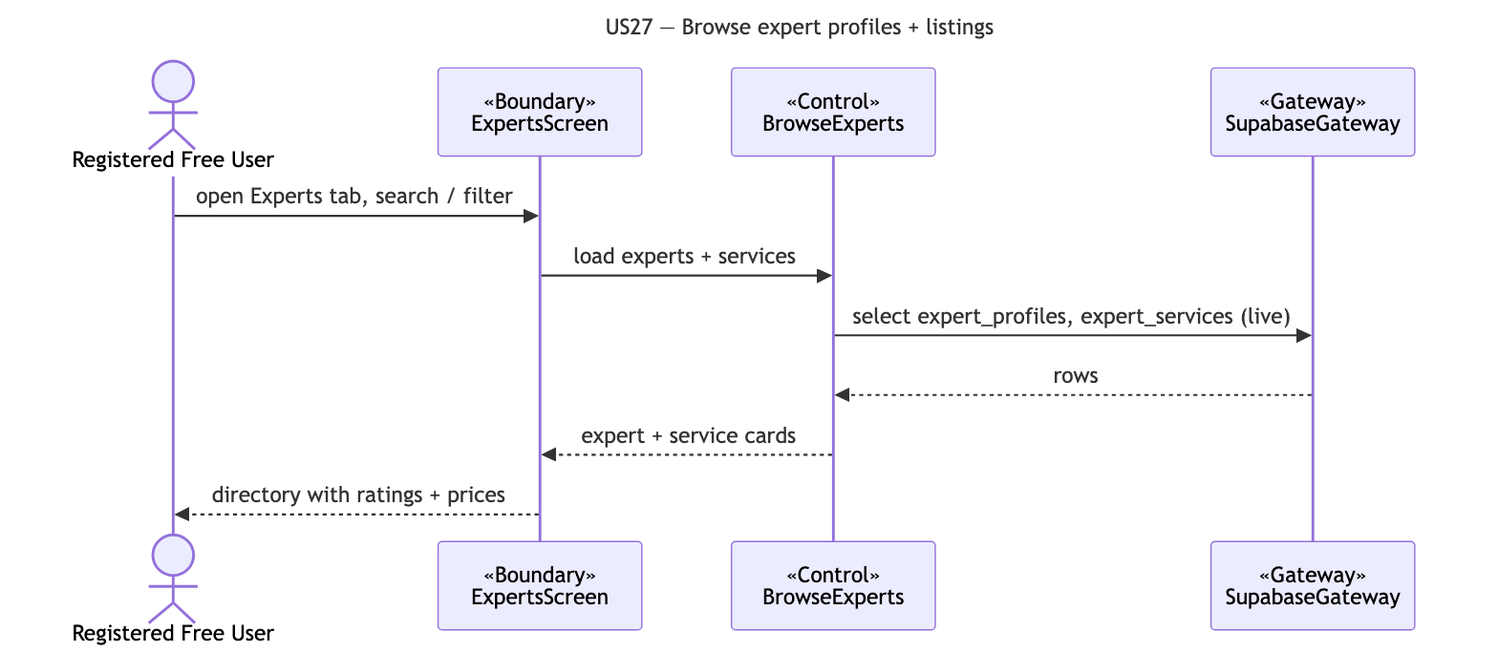
Before: docs/deliverables/sequence-diagrams/US27-browse-experts.png, a diagram exported from Mermaid (cyuanjun/FYP-26-S2-37-app). Its source is kept beside it as docs/deliverables/sequence-diagrams/src/US27-browse-experts.mmd.
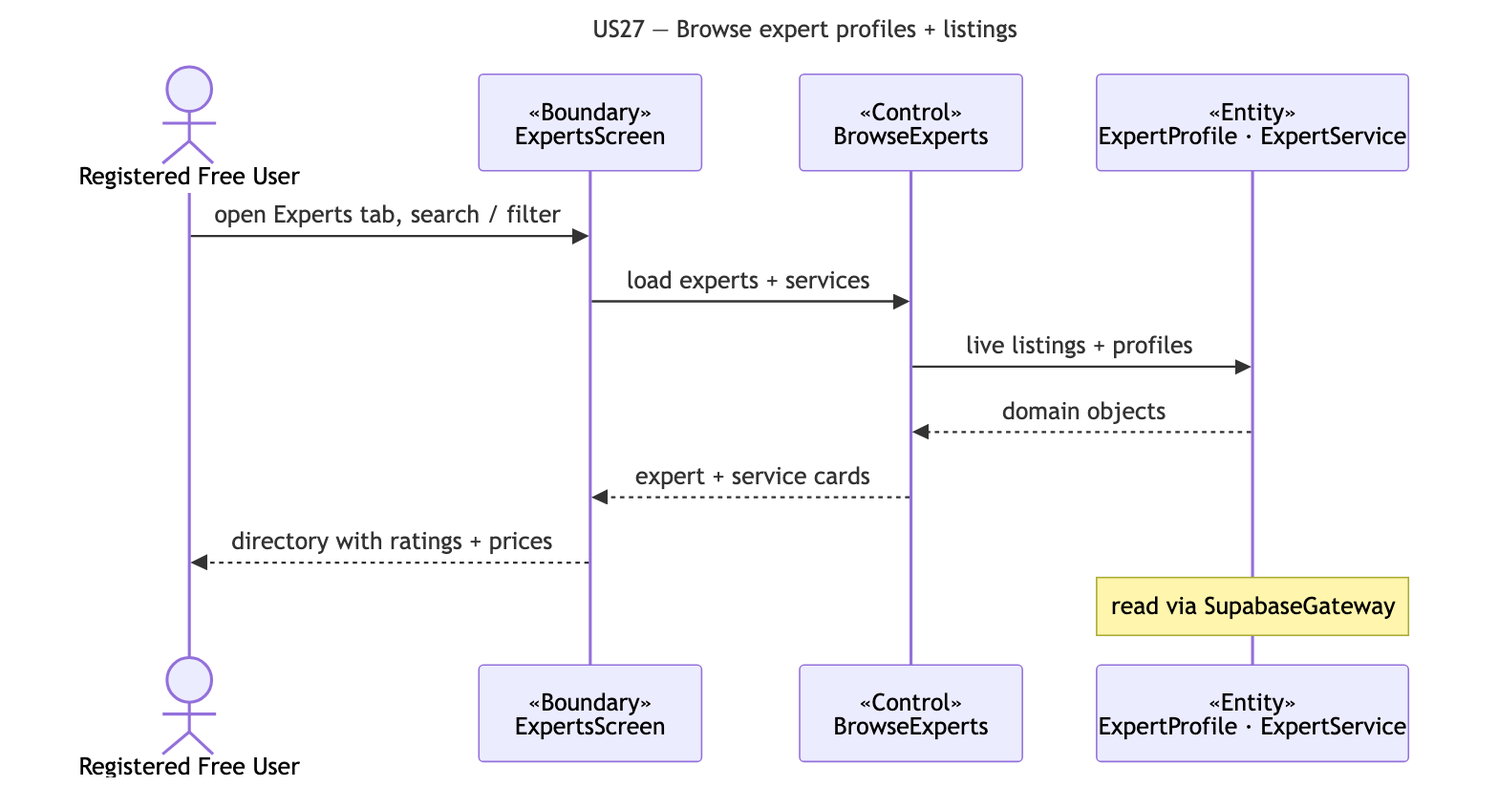
After the commit.

The edit, as a diff of the source:
```diff
@@ -5,10 +5,11 @@
   actor A as Registered Free User
   participant B as «Boundary»<br/>ExpertsScreen
   participant C as «Control»<br/>BrowseExperts
-  participant G as «Gateway»<br/>SupabaseGateway
+  participant E as «Entity»<br/>ExpertProfile · ExpertService
   A->>B: open Experts tab, search / filter
   B->>C: load experts + services
-  C->>G: select expert_profiles, expert_services (live)
-  G-->>C: rows
+  C->>E: live listings + profiles
+  E-->>C: domain objects
   C-->>B: expert + service cards
   B-->>A: directory with ratings + prices
+  note over E: read via SupabaseGateway
```
